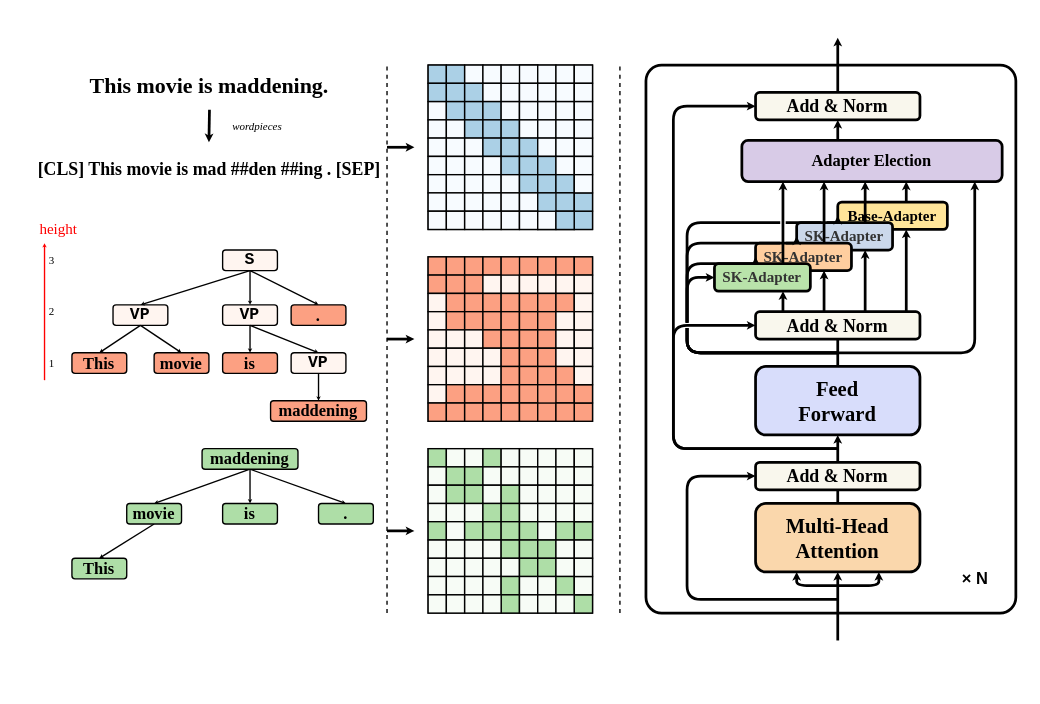
Earlier version of the draw.io diagram 未命名绘图.drawio (Wiselnn570/dialogue-system). Source tidied: cells renumbered, new cells numbered last; positions are measured from the earlier drawing's top-left corner, leaving out a move shared by most shapes. Both pictures are drawn from the tidied source at 137%, with x=0, y=0 at pixel (23, 37).
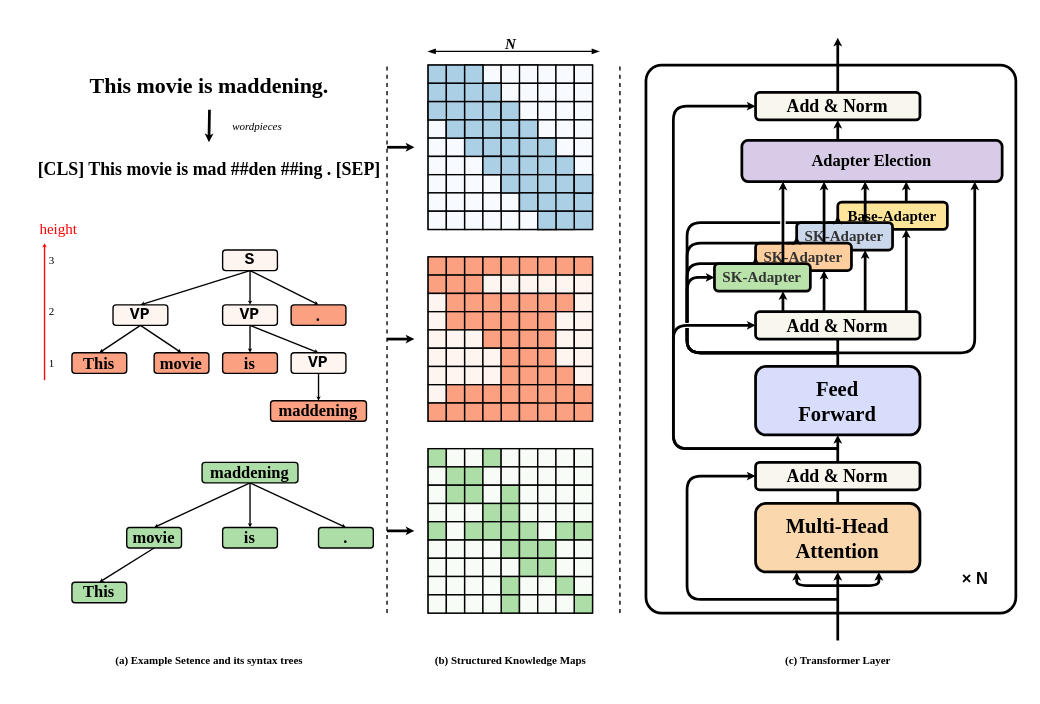
Above is the later version.

Commit message (it also covers changes not shown here):
更新未命名绘图.drawio

The change refers to these unchanged cells:
```xml
<mxCell id="192" style="group;strokeColor=#000000;strokeWidth=1;" parent="1" vertex="1">
  <mxGeometry x="295" y="20" width="120" height="120" as="geometry" />
</mxCell>
```

What changed in the source:
```diff
@@
+    <mxCell id="324" style="whiteSpace=wrap;html=1;strokeWidth=1;fillColor=#abd0e6;strokeColor=#000000;" parent="192" vertex="1">
+      <mxGeometry x="26.7" width="13.3" height="13.3" as="geometry" />
+    </mxCell>
+    <mxCell id="325" style="whiteSpace=wrap;html=1;strokeWidth=1;fillColor=#abd0e6;strokeColor=#000000;" parent="192" vertex="1">
+      <mxGeometry x="40" y="13.3" width="13.3" height="13.3" as="geometry" />
+    </mxCell>
+    <mxCell id="326" style="whiteSpace=wrap;html=1;strokeWidth=1;fillColor=#abd0e6;strokeColor=#000000;" parent="192" vertex="1">
+      <mxGeometry x="53.3" y="26.7" width="13.3" height="13.3" as="geometry" />
+    </mxCell>
+    <mxCell id="327" style="whiteSpace=wrap;html=1;strokeWidth=1;fillColor=#abd0e6;strokeColor=#000000;" parent="192" vertex="1">
+      <mxGeometry y="26.7" width="13.3" height="13.3" as="geometry" />
+    </mxCell>
+    <mxCell id="328" style="whiteSpace=wrap;html=1;strokeWidth=1;fillColor=#abd0e6;strokeColor=#000000;" parent="192" vertex="1">
+      <mxGeometry x="66.7" y="40" width="13.3" height="13.3" as="geometry" />
+    </mxCell>
+    <mxCell id="329" style="whiteSpace=wrap;html=1;strokeWidth=1;fillColor=#abd0e6;strokeColor=#000000;" parent="192" vertex="1">
+      <mxGeometry x="80" y="53.3" width="13.3" height="13.3" as="geometry" />
+    </mxCell>
+    <mxCell id="330" style="whiteSpace=wrap;html=1;strokeWidth=1;fillColor=#abd0e6;strokeColor=#000000;" parent="192" vertex="1">
+      <mxGeometry x="93.3" y="66.7" width="13.3" height="13.3" as="geometry" />
+    </mxCell>
+    <mxCell id="331" style="whiteSpace=wrap;html=1;strokeWidth=1;fillColor=#abd0e6;strokeColor=#000000;" parent="192" vertex="1">
+      <mxGeometry x="106.7" y="80" width="13.3" height="13.3" as="geometry" />
+    </mxCell>
+    <mxCell id="332" style="whiteSpace=wrap;html=1;strokeWidth=1;fillColor=#abd0e6;strokeColor=#000000;" parent="192" vertex="1">
+      <mxGeometry x="13.3" y="40" width="13.3" height="13.3" as="geometry" />
+    </mxCell>
+    <mxCell id="333" style="whiteSpace=wrap;html=1;strokeWidth=1;fillColor=#abd0e6;strokeColor=#000000;" parent="192" vertex="1">
+      <mxGeometry x="26.7" y="53.3" width="13.3" height="13.3" as="geometry" />
+    </mxCell>
+    <mxCell id="334" style="whiteSpace=wrap;html=1;strokeWidth=1;fillColor=#abd0e6;strokeColor=#000000;" parent="192" vertex="1">
+      <mxGeometry x="40" y="66.7" width="13.3" height="13.3" as="geometry" />
+    </mxCell>
+    <mxCell id="335" style="whiteSpace=wrap;html=1;strokeWidth=1;fillColor=#abd0e6;strokeColor=#000000;" parent="192" vertex="1">
+      <mxGeometry x="53.3" y="80" width="13.3" height="13.3" as="geometry" />
+    </mxCell>
+    <mxCell id="336" style="whiteSpace=wrap;html=1;strokeWidth=1;fillColor=#abd0e6;strokeColor=#000000;" parent="192" vertex="1">
+      <mxGeometry x="66.7" y="93.3" width="13.3" height="13.3" as="geometry" />
+    </mxCell>
+    <mxCell id="337" style="whiteSpace=wrap;html=1;strokeWidth=1;fillColor=#abd0e6;strokeColor=#000000;" parent="192" vertex="1">
+      <mxGeometry x="80" y="106.7" width="13.3" height="13.3" as="geometry" />
+    </mxCell>
@@
     <mxCell id="303" style="elbow=vertical;strokeWidth=1;endArrow=classic;endFill=0;fontStyle=1;strokeColor=#000000;endSize=0;startSize=4;exitX=0.5;exitY=1;exitDx=0;exitDy=0;entryX=0.5;entryY=0;entryDx=0;entryDy=0;" parent="1" edge="1" source="312" target="313">
-      <mxGeometry x="78" y="645" as="geometry" />
+      <mxGeometry x="78" y="662.5" as="geometry" />
     </mxCell>
     <mxCell id="304" style="elbow=vertical;strokeWidth=1;endArrow=classic;endFill=0;fontStyle=1;strokeColor=#000000;endSize=0;startSize=4;exitX=0.5;exitY=1;exitDx=0;exitDy=0;entryX=0.5;entryY=0;entryDx=0;entryDy=0;" parent="1" edge="1" source="312" target="314">
-      <mxGeometry x="88" y="655" as="geometry" />
+      <mxGeometry x="88" y="672.5" as="geometry" />
     </mxCell>
     <mxCell id="305" style="elbow=vertical;strokeWidth=1;endArrow=classic;endFill=0;fontStyle=1;strokeColor=#000000;endSize=0;startSize=4;exitX=0.5;exitY=1;exitDx=0;exitDy=0;entryX=0.5;entryY=0;entryDx=0;entryDy=0;" parent="1" edge="1" source="312" target="316">
-      <mxGeometry x="98" y="665" as="geometry" />
+      <mxGeometry x="98" y="682.5" as="geometry" />
     </mxCell>
     <mxCell id="306" style="elbow=vertical;strokeWidth=1;endArrow=classic;endFill=0;fontStyle=1;strokeColor=#000000;endSize=0;startSize=4;exitX=0.5;exitY=1;exitDx=0;exitDy=0;entryX=0.5;entryY=0;entryDx=0;entryDy=0;" parent="1" edge="1" source="313" target="315">
-      <mxGeometry x="108" y="675" as="geometry" />
+      <mxGeometry x="108" y="692.5" as="geometry" />
     </mxCell>
@@
     <mxCell id="312" value="maddening" style="whiteSpace=wrap;html=1;strokeWidth=1;fillColor=#AEDEA7;strokeColor=#000000;rounded=1;rotation=0;fontStyle=1;fontFamily=Times New Roman;" parent="1" vertex="1">
-      <mxGeometry x="130" y="300" width="70" height="15" as="geometry" />
+      <mxGeometry x="130" y="310" width="70" height="15" as="geometry" />
     </mxCell>
     <mxCell id="313" value="movie" style="whiteSpace=wrap;html=1;strokeWidth=1;fillColor=#AEDEA7;strokeColor=#000000;rounded=1;rotation=0;fontStyle=1;fontFamily=Times New Roman;" parent="1" vertex="1">
-      <mxGeometry x="75" y="340" width="40" height="15" as="geometry" />
+      <mxGeometry x="75" y="357.5" width="40" height="15" as="geometry" />
     </mxCell>
     <mxCell id="314" value="is" style="whiteSpace=wrap;html=1;strokeWidth=1;fillColor=#AEDEA7;strokeColor=#000000;rounded=1;rotation=0;fontStyle=1;fontFamily=Times New Roman;" parent="1" vertex="1">
-      <mxGeometry x="145" y="340" width="40" height="15" as="geometry" />
+      <mxGeometry x="145" y="357.5" width="40" height="15" as="geometry" />
     </mxCell>
     <mxCell id="315" value="This" style="whiteSpace=wrap;html=1;strokeWidth=1;fillColor=#AEDEA7;strokeColor=#000000;rounded=1;rotation=0;fontStyle=1;fontFamily=Times New Roman;" parent="1" vertex="1">
-      <mxGeometry x="35" y="380" width="40" height="15" as="geometry" />
+      <mxGeometry x="35" y="397.5" width="40" height="15" as="geometry" />
     </mxCell>
     <mxCell id="316" value="." style="whiteSpace=wrap;html=1;strokeWidth=1;fillColor=#AEDEA7;strokeColor=#000000;rounded=1;rotation=0;fontStyle=1;fontFamily=Times New Roman;" parent="1" vertex="1">
-      <mxGeometry x="215" y="340" width="40" height="15" as="geometry" />
+      <mxGeometry x="215" y="357.5" width="40" height="15" as="geometry" />
     </mxCell>
@@
+    <mxCell id="338" value="&lt;b&gt;(c) Transformer Layer&lt;/b&gt;" style="text;html=1;align=center;verticalAlign=middle;strokeColor=none;fillColor=none;fontSize=8;fontFamily=Times New Roman;fontColor=#000000;" parent="1" vertex="1">
+      <mxGeometry x="524" y="440" width="140" height="30" as="geometry" />
+    </mxCell>
+    <mxCell id="339" value="&lt;b&gt;(b) Structured Knowledge Maps&lt;/b&gt;" style="text;html=1;align=center;verticalAlign=middle;strokeColor=none;fillColor=none;fontSize=8;fontFamily=Times New Roman;fontColor=#000000;" parent="1" vertex="1">
+      <mxGeometry x="260" y="440" width="190" height="30" as="geometry" />
+    </mxCell>
+    <mxCell id="340" value="&lt;b&gt;(a) Example Setence and its syntax trees&lt;/b&gt;" style="text;html=1;align=center;verticalAlign=middle;strokeColor=none;fillColor=none;fontSize=8;fontFamily=Times New Roman;fontColor=#000000;" parent="1" vertex="1">
+      <mxGeometry x="20" y="440" width="230" height="30" as="geometry" />
+    </mxCell>
+    <mxCell id="341" style="endArrow=blockThin;html=1;rounded=0;strokeColor=#000000;strokeWidth=1;fontFamily=Times New Roman;fontSize=8;fontColor=#000000;startArrow=blockThin;startFill=1;endFill=1;endSize=3;startSize=3;" parent="1" edge="1">
+      <mxGeometry relative="1" as="geometry">
+        <mxPoint x="295" y="10" as="sourcePoint" />
+        <mxPoint x="420" y="10" as="targetPoint" />
+      </mxGeometry>
+    </mxCell>
+    <mxCell id="342" value="&lt;b&gt;&lt;font style=&quot;font-size: 11px;&quot;&gt;N&lt;/font&gt;&lt;/b&gt;" style="text;html=1;align=center;verticalAlign=middle;strokeColor=none;fillColor=none;fontSize=8;fontFamily=Times New Roman;fontColor=#000000;fontStyle=2;" parent="1" vertex="1">
+      <mxGeometry x="340" y="-10" width="30" height="30" as="geometry" />
+    </mxCell>
```
